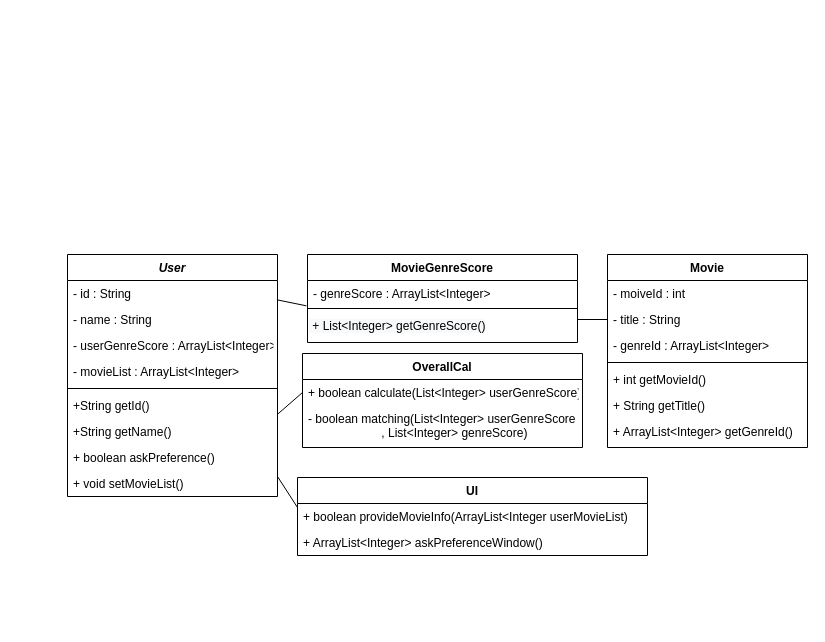
Earlier version of the draw.io diagram UML/classDiagram.drawio (SoftwareEngineering-Gotcha/MovieRecommendation). Source tidied: cells renumbered, new cells numbered last; positions are measured from the earlier drawing's top-left corner, leaving out a move shared by most shapes. Both pictures are drawn from the tidied source at 100%, with x=0, y=0 at pixel (67, 254).
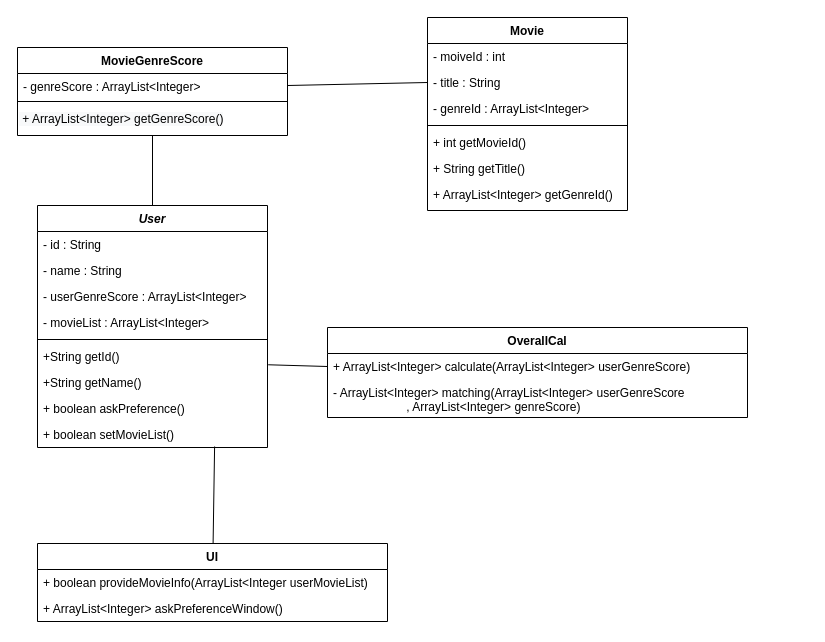
The same diagram, later.

Unchanged cells that the change refers to:
```xml
<mxCell id="14" value="- title : String" style="text;align=left;verticalAlign=top;spacingLeft=4;spacingRight=4;overflow=hidden;points=[[0,0.5],[1,0.5]];portConstraint=eastwest;" parent="12" vertex="1">
  <mxGeometry y="52" width="200" height="26" as="geometry" />
</mxCell>
<mxCell id="21" value="- genreScore : ArrayList&lt;Integer&gt;" style="text;strokeColor=none;fillColor=none;align=left;verticalAlign=top;spacingLeft=4;spacingRight=4;overflow=hidden;points=[[0,0.5],[1,0.5]];portConstraint=eastwest;" parent="20" vertex="1">
  <mxGeometry y="26" width="270" height="24" as="geometry" />
</mxCell>
<mxCell id="27" value="+ boolean provideMovieInfo(ArrayList&lt;Integer userMovieList)&#10;" style="text;align=left;verticalAlign=top;spacingLeft=4;spacingRight=4;overflow=hidden;points=[[0,0.5],[1,0.5]];portConstraint=eastwest;" parent="26" vertex="1">
  <mxGeometry y="26" width="350" height="26" as="geometry" />
</mxCell>
```

The edit, as a diff of the source:
```diff
@@
     <mxCell id="2" value="User" style="swimlane;fontStyle=3;align=center;verticalAlign=top;horizontal=1;startSize=26;rounded=0;shadow=0;strokeWidth=1;" parent="1" vertex="1">
-      <mxGeometry width="210" height="242" as="geometry" />
+      <mxGeometry x="-30" y="-49" width="230" height="242" as="geometry" />
     </mxCell>
     <mxCell id="3" value="- id : String" style="text;align=left;verticalAlign=top;spacingLeft=4;spacingRight=4;overflow=hidden;points=[[0,0.5],[1,0.5]];portConstraint=eastwest;" parent="2" vertex="1">
-      <mxGeometry y="26" width="210" height="26" as="geometry" />
+      <mxGeometry y="26" width="230" height="26" as="geometry" />
     </mxCell>
     <mxCell id="4" value="- name : String" style="text;align=left;verticalAlign=top;spacingLeft=4;spacingRight=4;overflow=hidden;rounded=0;shadow=0;html=0;" parent="2" vertex="1">
-      <mxGeometry y="52" width="210" height="26" as="geometry" />
+      <mxGeometry y="52" width="230" height="26" as="geometry" />
     </mxCell>
     <mxCell id="5" value="- userGenreScore : ArrayList&lt;Integer&gt;" style="text;align=left;verticalAlign=top;spacingLeft=4;spacingRight=4;overflow=hidden;rounded=0;shadow=0;html=0;" parent="2" vertex="1">
-      <mxGeometry y="78" width="210" height="26" as="geometry" />
+      <mxGeometry y="78" width="230" height="26" as="geometry" />
     </mxCell>
     <mxCell id="6" value="- movieList : ArrayList&lt;Integer&gt;" style="text;align=left;verticalAlign=top;spacingLeft=4;spacingRight=4;overflow=hidden;rounded=0;shadow=0;html=0;" parent="2" vertex="1">
-      <mxGeometry y="104" width="210" height="26" as="geometry" />
+      <mxGeometry y="104" width="230" height="26" as="geometry" />
     </mxCell>
     <mxCell id="7" style="line;html=1;strokeWidth=1;align=left;verticalAlign=middle;spacingTop=-1;spacingLeft=3;spacingRight=3;labelPosition=right;" parent="2" vertex="1">
-      <mxGeometry y="130" width="210" height="8" as="geometry" />
+      <mxGeometry y="130" width="230" height="8" as="geometry" />
     </mxCell>
     <mxCell id="8" value="+String getId()" style="text;align=left;verticalAlign=top;spacingLeft=4;spacingRight=4;overflow=hidden;points=[[0,0.5],[1,0.5]];portConstraint=eastwest;" parent="2" vertex="1">
-      <mxGeometry y="138" width="210" height="26" as="geometry" />
+      <mxGeometry y="138" width="230" height="26" as="geometry" />
     </mxCell>
     <mxCell id="9" value="+String getName()" style="text;align=left;verticalAlign=top;spacingLeft=4;spacingRight=4;overflow=hidden;" parent="2" vertex="1">
-      <mxGeometry y="164" width="210" height="26" as="geometry" />
+      <mxGeometry y="164" width="230" height="26" as="geometry" />
     </mxCell>
     <mxCell id="10" value="+ boolean askPreference()" style="text;align=left;verticalAlign=top;spacingLeft=4;spacingRight=4;overflow=hidden;" parent="2" vertex="1">
-      <mxGeometry y="190" width="210" height="26" as="geometry" />
+      <mxGeometry y="190" width="230" height="26" as="geometry" />
     </mxCell>
-    <mxCell id="11" value="+ void setMovieList()" style="text;align=left;verticalAlign=top;spacingLeft=4;spacingRight=4;overflow=hidden;points=[[0,0.5],[1,0.5]];portConstraint=eastwest;" parent="2" vertex="1">
-      <mxGeometry y="216" width="210" height="26" as="geometry" />
+    <mxCell id="11" value="+ boolean setMovieList()" style="text;align=left;verticalAlign=top;spacingLeft=4;spacingRight=4;overflow=hidden;points=[[0,0.5],[1,0.5]];portConstraint=eastwest;" parent="2" vertex="1">
+      <mxGeometry y="216" width="230" height="26" as="geometry" />
     </mxCell>
     <mxCell id="12" value="Movie" style="swimlane;fontStyle=1;align=center;verticalAlign=top;horizontal=1;startSize=26;rounded=0;shadow=0;strokeWidth=1;" parent="1" vertex="1">
-      <mxGeometry x="540" width="200" height="193" as="geometry" />
+      <mxGeometry x="360" y="-237" width="200" height="193" as="geometry" />
     </mxCell>
@@
     <mxCell id="20" value="MovieGenreScore" style="swimlane;fontStyle=1;align=center;verticalAlign=top;horizontal=1;startSize=26;" parent="1" vertex="1">
-      <mxGeometry x="240" width="270" height="88" as="geometry" />
+      <mxGeometry x="-50" y="-207" width="270" height="88" as="geometry" />
     </mxCell>
@@
-    <mxCell id="23" value="&lt;span style=&quot;color: rgb(0 , 0 , 0) ; font-family: &amp;#34;helvetica&amp;#34; ; font-size: 12px ; font-style: normal ; font-weight: 400 ; letter-spacing: normal ; text-align: left ; text-indent: 0px ; text-transform: none ; word-spacing: 0px ; background-color: rgb(248 , 249 , 250) ; display: inline ; float: none&quot;&gt;&amp;nbsp;+ List&amp;lt;Integer&amp;gt; getGenreScore()&lt;/span&gt;" style="text;whiteSpace=wrap;html=1;" parent="20" vertex="1">
+    <mxCell id="23" value="&lt;span style=&quot;color: rgb(0 , 0 , 0) ; font-family: &amp;#34;helvetica&amp;#34; ; font-size: 12px ; font-style: normal ; font-weight: 400 ; letter-spacing: normal ; text-align: left ; text-indent: 0px ; text-transform: none ; word-spacing: 0px ; background-color: rgb(248 , 249 , 250) ; display: inline ; float: none&quot;&gt;&amp;nbsp;+ ArrayList&amp;lt;Integer&amp;gt; getGenreScore()&lt;/span&gt;" style="text;whiteSpace=wrap;html=1;" parent="20" vertex="1">
       <mxGeometry y="58" width="270" height="30" as="geometry" />
     </mxCell>
-    <mxCell id="24" style="endArrow=none;html=1;exitX=0;exitY=0.5;exitDx=0;exitDy=0;" parent="1" edge="1" source="14">
-      <mxGeometry relative="1" as="geometry">
-        <mxPoint x="510" y="65" as="targetPoint" />
-      </mxGeometry>
+    <mxCell id="24" style="endArrow=none;html=1;exitX=0;exitY=0.5;exitDx=0;exitDy=0;entryX=1;entryY=0.5;entryDx=0;entryDy=0;" parent="1" edge="1" source="14" target="21">
+      <mxGeometry relative="1" as="geometry" />
     </mxCell>
-    <mxCell id="25" style="endArrow=none;html=1;exitX=-0.004;exitY=1.056;exitDx=0;exitDy=0;entryX=1.002;entryY=0.75;entryDx=0;entryDy=0;entryPerimeter=0;exitPerimeter=0;" parent="1" edge="1" source="21" target="3">
+    <mxCell id="25" style="endArrow=none;html=1;exitX=0.5;exitY=1;exitDx=0;exitDy=0;entryX=0.5;entryY=0;entryDx=0;entryDy=0;" parent="1" edge="1" source="23" target="2">
       <mxGeometry relative="1" as="geometry" />
     </mxCell>
     <mxCell id="26" value="UI" style="swimlane;fontStyle=1;align=center;verticalAlign=top;horizontal=1;startSize=26;" parent="1" vertex="1">
-      <mxGeometry x="230" y="223" width="350" height="78" as="geometry" />
+      <mxGeometry x="-30" y="289" width="350" height="78" as="geometry" />
     </mxCell>
@@
-    <mxCell id="29" style="endArrow=none;html=1;entryX=1;entryY=0.231;entryDx=0;entryDy=0;exitX=0;exitY=0.154;exitDx=0;exitDy=0;exitPerimeter=0;entryPerimeter=0;" parent="1" edge="1" source="27" target="11">
+    <mxCell id="29" style="endArrow=none;html=1;entryX=0.77;entryY=0.962;entryDx=0;entryDy=0;entryPerimeter=0;" parent="1" edge="1" source="26" target="11">
       <mxGeometry relative="1" as="geometry" />
     </mxCell>
     <mxCell id="30" value="OverallCal" style="swimlane;fontStyle=1;align=center;verticalAlign=top;horizontal=1;startSize=26;" parent="1" vertex="1">
-      <mxGeometry x="235" y="99" width="280" height="94" as="geometry" />
+      <mxGeometry x="260" y="73" width="420" height="90" as="geometry" />
     </mxCell>
-    <mxCell id="31" value="+ boolean calculate(List&lt;Integer&gt; userGenreScore)" style="text;align=left;verticalAlign=top;spacingLeft=4;spacingRight=4;overflow=hidden;points=[[0,0.5],[1,0.5]];portConstraint=eastwest;" parent="30" vertex="1">
-      <mxGeometry y="26" width="280" height="26" as="geometry" />
+    <mxCell id="31" value="+ ArrayList&lt;Integer&gt; calculate(ArrayList&lt;Integer&gt; userGenreScore)" style="text;align=left;verticalAlign=top;spacingLeft=4;spacingRight=4;overflow=hidden;points=[[0,0.5],[1,0.5]];portConstraint=eastwest;" parent="30" vertex="1">
+      <mxGeometry y="26" width="420" height="26" as="geometry" />
     </mxCell>
-    <mxCell id="32" value="- boolean matching(List&lt;Integer&gt; userGenreScore&#10;                      , List&lt;Integer&gt; genreScore)&#10;" style="text;strokeColor=none;fillColor=none;align=left;verticalAlign=top;spacingLeft=4;spacingRight=4;overflow=hidden;" parent="30" vertex="1">
-      <mxGeometry y="52" width="280" height="42" as="geometry" />
+    <mxCell id="32" value="- ArrayList&lt;Integer&gt; matching(ArrayList&lt;Integer&gt; userGenreScore&#10;                      , ArrayList&lt;Integer&gt; genreScore)&#10;" style="text;strokeColor=none;fillColor=none;align=left;verticalAlign=top;spacingLeft=4;spacingRight=4;overflow=hidden;" parent="30" vertex="1">
+      <mxGeometry y="52" width="420" height="38" as="geometry" />
     </mxCell>
```
